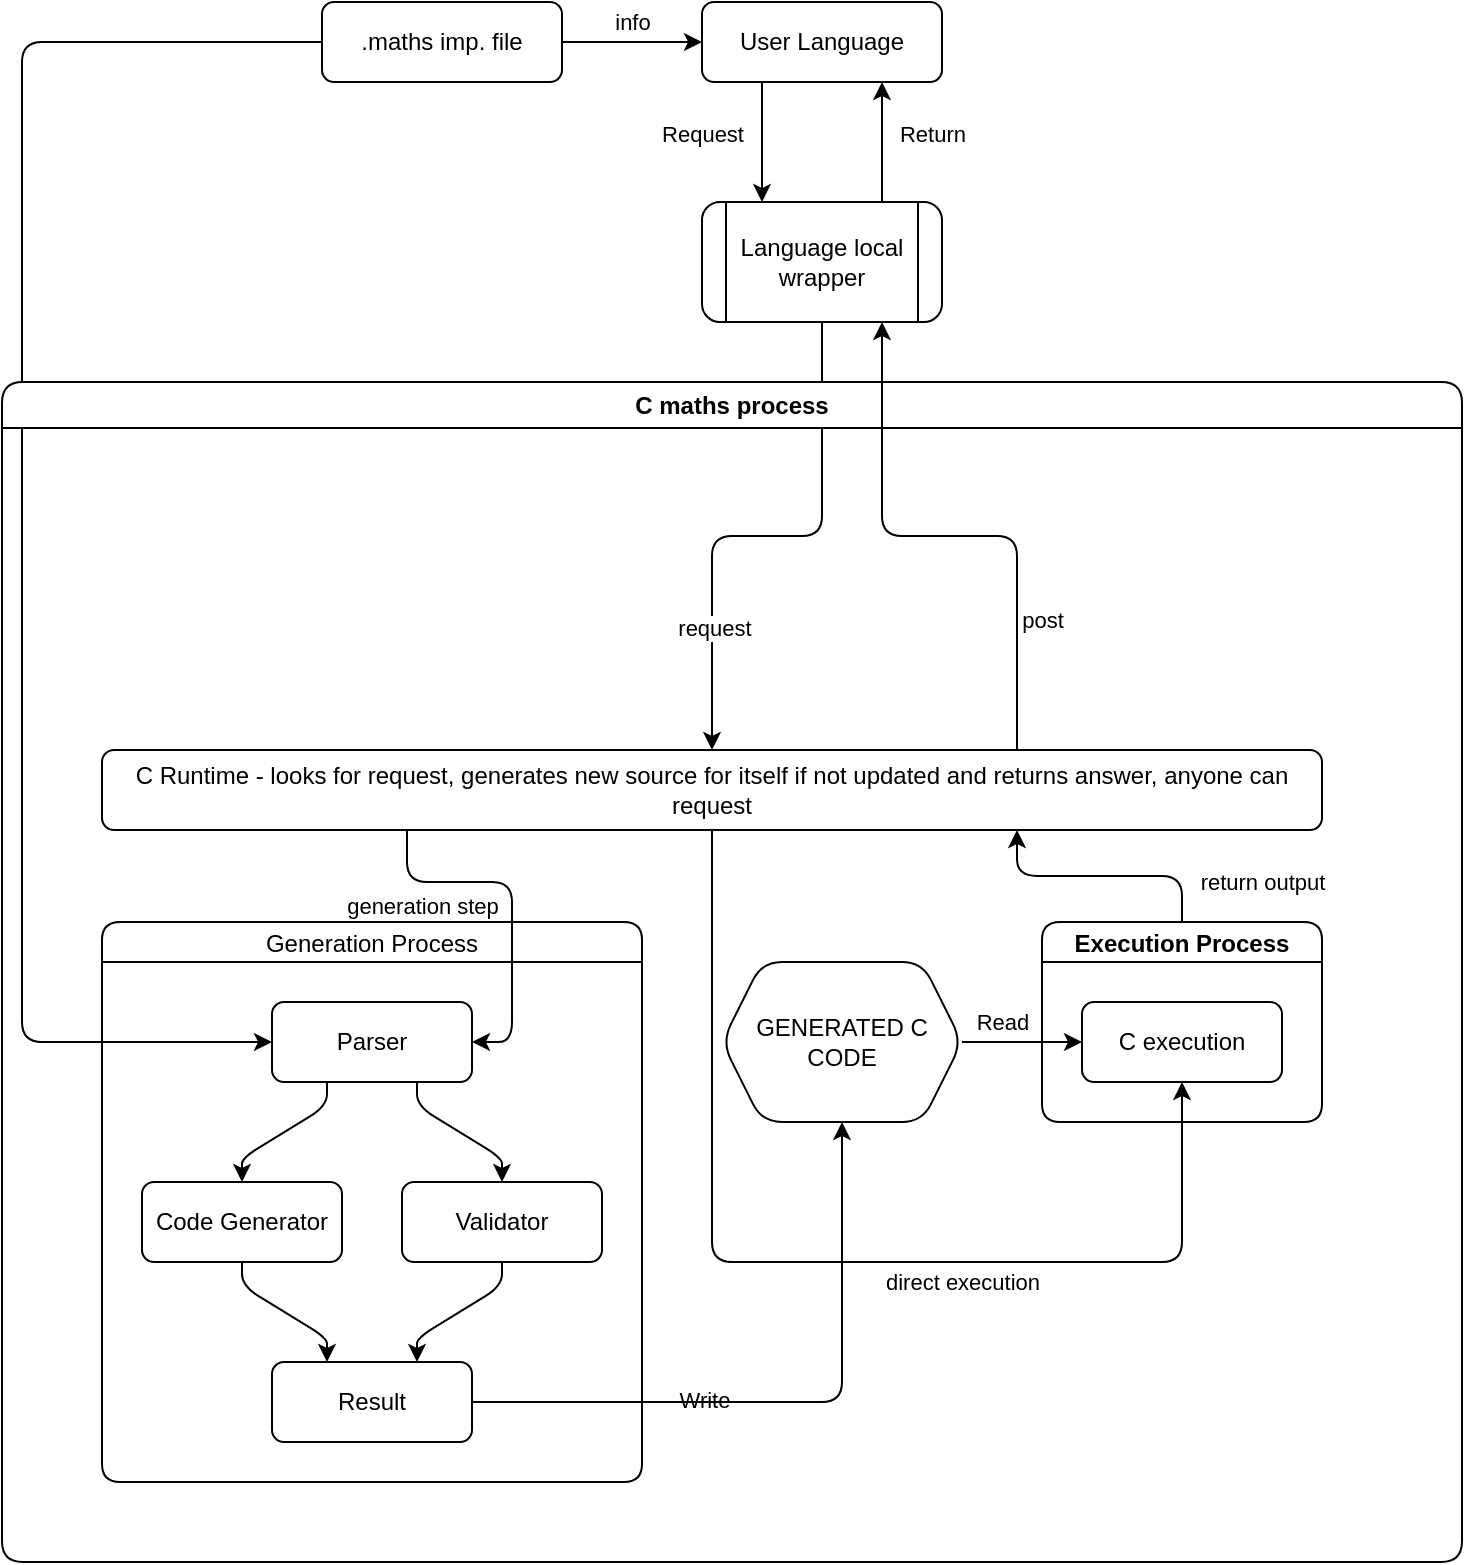
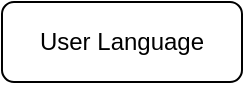
<mxfile host="Electron">
  <diagram name="Page-1" id="psxUy0d_adHFMmyrAewy">
    <mxGraphModel dx="1412" dy="997" grid="1" gridSize="10" guides="1" tooltips="1" connect="1" arrows="1" fold="1" page="1" pageScale="1" pageWidth="1169" pageHeight="827" background="none" math="0" shadow="0" adaptiveColors="auto">
      <root>
        <mxCell id="0" />
        <mxCell id="1" parent="0" />
        <mxCell id="f3RW_dcl9wstU-gMcRCD-15" edge="1" parent="1" source="f3RW_dcl9wstU-gMcRCD-13" style="edgeStyle=orthogonalEdgeStyle;rounded=1;orthogonalLoop=1;jettySize=auto;html=1;exitX=0.25;exitY=1;exitDx=0;exitDy=0;entryX=0.25;entryY=0;entryDx=0;entryDy=0;labelBackgroundColor=none;fontColor=default;" target="f3RW_dcl9wstU-gMcRCD-14">
          <mxGeometry relative="1" as="geometry" />
        </mxCell>
        <mxCell id="f3RW_dcl9wstU-gMcRCD-17" connectable="0" parent="f3RW_dcl9wstU-gMcRCD-15" style="edgeLabel;html=1;align=center;verticalAlign=middle;resizable=0;points=[];labelBackgroundColor=none;rounded=1;" value="Request" vertex="1">
          <mxGeometry relative="1" x="-0.1533" as="geometry">
            <mxPoint x="-30" as="offset" />
          </mxGeometry>
        </mxCell>
        <mxCell id="f3RW_dcl9wstU-gMcRCD-13" parent="1" style="rounded=1;whiteSpace=wrap;html=1;labelBackgroundColor=none;" value="User Language" vertex="1">
          <mxGeometry height="40" width="120" x="560" y="40" as="geometry" />
        </mxCell>
        <mxCell id="f3RW_dcl9wstU-gMcRCD-16" edge="1" parent="1" source="f3RW_dcl9wstU-gMcRCD-14" style="edgeStyle=orthogonalEdgeStyle;rounded=1;orthogonalLoop=1;jettySize=auto;html=1;exitX=0.75;exitY=0;exitDx=0;exitDy=0;entryX=0.75;entryY=1;entryDx=0;entryDy=0;labelBackgroundColor=none;fontColor=default;" target="f3RW_dcl9wstU-gMcRCD-13">
          <mxGeometry relative="1" as="geometry" />
        </mxCell>
        <mxCell id="f3RW_dcl9wstU-gMcRCD-18" connectable="0" parent="f3RW_dcl9wstU-gMcRCD-16" style="edgeLabel;html=1;align=center;verticalAlign=middle;resizable=0;points=[];labelBackgroundColor=none;rounded=1;" value="Return" vertex="1">
          <mxGeometry relative="1" x="0.1267" as="geometry">
            <mxPoint x="25" as="offset" />
          </mxGeometry>
        </mxCell>
+ <<<<<<< HEAD
        <mxCell id="f3RW_dcl9wstU-gMcRCD-92" edge="1" parent="1" source="f3RW_dcl9wstU-gMcRCD-14" style="edgeStyle=orthogonalEdgeStyle;rounded=1;orthogonalLoop=1;jettySize=auto;html=1;entryX=0.5;entryY=0;entryDx=0;entryDy=0;curved=0;" target="f3RW_dcl9wstU-gMcRCD-88">
          <mxGeometry relative="1" as="geometry" />
        </mxCell>
        <mxCell id="f3RW_dcl9wstU-gMcRCD-98" connectable="0" parent="f3RW_dcl9wstU-gMcRCD-92" style="edgeLabel;html=1;align=center;verticalAlign=middle;resizable=0;points=[];" value="request" vertex="1">
          <mxGeometry relative="1" x="0.5455" y="1" as="geometry">
            <mxPoint as="offset" />
+ =======
+         <mxCell id="f3RW_dcl9wstU-gMcRCD-104" edge="1" parent="1" source="f3RW_dcl9wstU-gMcRCD-14" style="edgeStyle=orthogonalEdgeStyle;rounded=1;orthogonalLoop=1;jettySize=auto;html=1;exitX=0.25;exitY=1;exitDx=0;exitDy=0;entryX=0.5;entryY=0;entryDx=0;entryDy=0;curved=0;" target="f3RW_dcl9wstU-gMcRCD-100">
+           <mxGeometry relative="1" as="geometry">
+             <Array as="points">
+               <mxPoint x="590" y="220" />
+               <mxPoint x="555" y="220" />
+             </Array>
+ >>>>>>> 6be4e7c (creating listener)
          </mxGeometry>
        </mxCell>
        <mxCell id="f3RW_dcl9wstU-gMcRCD-14" parent="1" style="shape=process;whiteSpace=wrap;html=1;backgroundOutline=1;labelBackgroundColor=none;rounded=1;" value="Language local wrapper" vertex="1">
          <mxGeometry height="60" width="120" x="560" y="140" as="geometry" />
        </mxCell>
        <mxCell id="f3RW_dcl9wstU-gMcRCD-26" parent="1" style="swimlane;startSize=20;horizontal=1;childLayout=flowLayout;flowOrientation=north;resizable=0;interRankCellSpacing=50;containerType=tree;fontSize=12;fontStyle=0;labelBackgroundColor=none;rounded=1;" value="Generation Process" vertex="1">
          <mxGeometry height="280" width="270" x="260" y="500" as="geometry" />
        </mxCell>
        <mxCell id="f3RW_dcl9wstU-gMcRCD-27" parent="f3RW_dcl9wstU-gMcRCD-26" style="whiteSpace=wrap;html=1;labelBackgroundColor=none;rounded=1;" value="Parser" vertex="1">
          <mxGeometry height="40" width="100" x="85" y="40" as="geometry" />
        </mxCell>
        <mxCell id="f3RW_dcl9wstU-gMcRCD-28" parent="f3RW_dcl9wstU-gMcRCD-26" style="whiteSpace=wrap;html=1;labelBackgroundColor=none;rounded=1;" value="Code Generator" vertex="1">
          <mxGeometry height="40" width="100" x="20" y="130" as="geometry" />
        </mxCell>
        <mxCell id="f3RW_dcl9wstU-gMcRCD-29" edge="1" parent="f3RW_dcl9wstU-gMcRCD-26" source="f3RW_dcl9wstU-gMcRCD-27" style="html=1;rounded=1;curved=0;sourcePerimeterSpacing=0;targetPerimeterSpacing=0;startSize=6;endSize=6;noEdgeStyle=1;orthogonal=1;labelBackgroundColor=none;fontColor=default;" target="f3RW_dcl9wstU-gMcRCD-28" value="">
          <mxGeometry relative="1" as="geometry">
            <Array as="points">
              <mxPoint x="112.5" y="92" />
              <mxPoint x="70" y="118" />
            </Array>
          </mxGeometry>
        </mxCell>
        <mxCell id="f3RW_dcl9wstU-gMcRCD-30" parent="f3RW_dcl9wstU-gMcRCD-26" style="whiteSpace=wrap;html=1;labelBackgroundColor=none;rounded=1;" value="Validator" vertex="1">
          <mxGeometry height="40" width="100" x="150" y="130" as="geometry" />
        </mxCell>
        <mxCell id="f3RW_dcl9wstU-gMcRCD-31" edge="1" parent="f3RW_dcl9wstU-gMcRCD-26" source="f3RW_dcl9wstU-gMcRCD-27" style="html=1;rounded=1;curved=0;sourcePerimeterSpacing=0;targetPerimeterSpacing=0;startSize=6;endSize=6;noEdgeStyle=1;orthogonal=1;labelBackgroundColor=none;fontColor=default;" target="f3RW_dcl9wstU-gMcRCD-30" value="">
          <mxGeometry relative="1" as="geometry">
            <Array as="points">
              <mxPoint x="157.5" y="92" />
              <mxPoint x="200" y="118" />
            </Array>
          </mxGeometry>
        </mxCell>
        <mxCell id="f3RW_dcl9wstU-gMcRCD-32" parent="f3RW_dcl9wstU-gMcRCD-26" style="whiteSpace=wrap;html=1;labelBackgroundColor=none;rounded=1;" value="Result" vertex="1">
          <mxGeometry height="40" width="100" x="85" y="220" as="geometry" />
        </mxCell>
        <mxCell id="f3RW_dcl9wstU-gMcRCD-33" edge="1" parent="f3RW_dcl9wstU-gMcRCD-26" source="f3RW_dcl9wstU-gMcRCD-28" style="html=1;rounded=1;curved=0;sourcePerimeterSpacing=0;targetPerimeterSpacing=0;startSize=6;endSize=6;noEdgeStyle=1;orthogonal=1;labelBackgroundColor=none;fontColor=default;" target="f3RW_dcl9wstU-gMcRCD-32" value="">
          <mxGeometry relative="1" as="geometry">
            <Array as="points">
              <mxPoint x="70" y="182" />
              <mxPoint x="112.5" y="208" />
            </Array>
          </mxGeometry>
        </mxCell>
        <mxCell id="f3RW_dcl9wstU-gMcRCD-34" edge="1" parent="f3RW_dcl9wstU-gMcRCD-26" source="f3RW_dcl9wstU-gMcRCD-30" style="html=1;rounded=1;curved=0;sourcePerimeterSpacing=0;targetPerimeterSpacing=0;startSize=6;endSize=6;noEdgeStyle=1;orthogonal=1;labelBackgroundColor=none;fontColor=default;" target="f3RW_dcl9wstU-gMcRCD-32" value="">
          <mxGeometry relative="1" as="geometry">
            <Array as="points">
              <mxPoint x="200" y="182" />
              <mxPoint x="157.5" y="208" />
            </Array>
          </mxGeometry>
        </mxCell>
        <mxCell id="f3RW_dcl9wstU-gMcRCD-39" edge="1" parent="1" source="f3RW_dcl9wstU-gMcRCD-38" style="edgeStyle=orthogonalEdgeStyle;rounded=1;orthogonalLoop=1;jettySize=auto;html=1;entryX=0;entryY=0.5;entryDx=0;entryDy=0;labelBackgroundColor=none;fontColor=default;" target="f3RW_dcl9wstU-gMcRCD-13">
          <mxGeometry relative="1" as="geometry" />
        </mxCell>
        <mxCell id="f3RW_dcl9wstU-gMcRCD-40" connectable="0" parent="f3RW_dcl9wstU-gMcRCD-39" style="edgeLabel;html=1;align=center;verticalAlign=middle;resizable=0;points=[];labelBackgroundColor=none;rounded=1;" value="info" vertex="1">
          <mxGeometry relative="1" x="0.0019" y="1" as="geometry">
            <mxPoint y="-9" as="offset" />
          </mxGeometry>
        </mxCell>
        <mxCell id="f3RW_dcl9wstU-gMcRCD-41" edge="1" parent="1" source="f3RW_dcl9wstU-gMcRCD-38" style="edgeStyle=orthogonalEdgeStyle;rounded=1;orthogonalLoop=1;jettySize=auto;html=1;entryX=0;entryY=0.5;entryDx=0;entryDy=0;labelBackgroundColor=none;fontColor=default;" target="f3RW_dcl9wstU-gMcRCD-27">
          <mxGeometry relative="1" as="geometry">
            <Array as="points">
              <mxPoint x="220" y="60" />
              <mxPoint x="220" y="560" />
            </Array>
            <mxPoint x="340" y="290" as="targetPoint" />
          </mxGeometry>
        </mxCell>
        <mxCell id="f3RW_dcl9wstU-gMcRCD-38" parent="1" style="rounded=1;whiteSpace=wrap;html=1;labelBackgroundColor=none;" value=".maths imp. file" vertex="1">
          <mxGeometry height="40" width="120" x="370" y="40" as="geometry" />
        </mxCell>
        <mxCell id="f3RW_dcl9wstU-gMcRCD-55" edge="1" parent="1" source="f3RW_dcl9wstU-gMcRCD-42" style="edgeStyle=orthogonalEdgeStyle;rounded=1;orthogonalLoop=1;jettySize=auto;html=1;entryX=0;entryY=0.5;entryDx=0;entryDy=0;labelBackgroundColor=none;fontColor=default;" target="f3RW_dcl9wstU-gMcRCD-46">
          <mxGeometry relative="1" as="geometry" />
        </mxCell>
        <mxCell id="f3RW_dcl9wstU-gMcRCD-56" connectable="0" parent="f3RW_dcl9wstU-gMcRCD-55" style="edgeLabel;html=1;align=center;verticalAlign=middle;resizable=0;points=[];labelBackgroundColor=none;rounded=1;" value="Read" vertex="1">
          <mxGeometry relative="1" x="-0.472" y="2" as="geometry">
            <mxPoint x="4" y="-8" as="offset" />
          </mxGeometry>
        </mxCell>
        <mxCell id="f3RW_dcl9wstU-gMcRCD-42" parent="1" style="shape=hexagon;perimeter=hexagonPerimeter2;whiteSpace=wrap;html=1;fixedSize=1;labelBackgroundColor=none;rounded=1;" value="GENERATED C CODE" vertex="1">
          <mxGeometry height="80" width="120" x="570" y="520" as="geometry" />
        </mxCell>
        <mxCell id="f3RW_dcl9wstU-gMcRCD-43" edge="1" parent="1" source="f3RW_dcl9wstU-gMcRCD-32" style="edgeStyle=orthogonalEdgeStyle;rounded=1;orthogonalLoop=1;jettySize=auto;html=1;labelBackgroundColor=none;fontColor=default;" target="f3RW_dcl9wstU-gMcRCD-42">
          <mxGeometry relative="1" as="geometry" />
        </mxCell>
        <mxCell id="f3RW_dcl9wstU-gMcRCD-44" connectable="0" parent="f3RW_dcl9wstU-gMcRCD-43" style="edgeLabel;html=1;align=center;verticalAlign=middle;resizable=0;points=[];labelBackgroundColor=none;rounded=1;" value="Write" vertex="1">
          <mxGeometry relative="1" x="-0.2882" y="1" as="geometry">
            <mxPoint as="offset" />
          </mxGeometry>
        </mxCell>
        <mxCell id="f3RW_dcl9wstU-gMcRCD-89" edge="1" parent="1" source="f3RW_dcl9wstU-gMcRCD-45" style="edgeStyle=orthogonalEdgeStyle;rounded=1;orthogonalLoop=1;jettySize=auto;html=1;entryX=0.75;entryY=1;entryDx=0;entryDy=0;curved=0;" target="f3RW_dcl9wstU-gMcRCD-88">
          <mxGeometry relative="1" as="geometry" />
        </mxCell>
        <mxCell id="f3RW_dcl9wstU-gMcRCD-97" connectable="0" parent="f3RW_dcl9wstU-gMcRCD-89" style="edgeLabel;html=1;align=center;verticalAlign=middle;resizable=0;points=[];" value="return output" vertex="1">
          <mxGeometry relative="1" x="-0.5896" y="2" as="geometry">
            <mxPoint x="43" y="1" as="offset" />
          </mxGeometry>
        </mxCell>
        <mxCell id="f3RW_dcl9wstU-gMcRCD-45" parent="1" style="swimlane;startSize=20;horizontal=1;childLayout=flowLayout;flowOrientation=north;resizable=0;interRankCellSpacing=50;containerType=tree;fontSize=12;labelBackgroundColor=none;rounded=1;" value="Execution Process" vertex="1">
          <mxGeometry height="100" width="140" x="730" y="500" as="geometry" />
        </mxCell>
        <mxCell id="f3RW_dcl9wstU-gMcRCD-46" parent="f3RW_dcl9wstU-gMcRCD-45" style="whiteSpace=wrap;html=1;labelBackgroundColor=none;rounded=1;" value="C execution" vertex="1">
          <mxGeometry height="40" width="100" x="20" y="40" as="geometry" />
        </mxCell>
        <mxCell id="f3RW_dcl9wstU-gMcRCD-69" parent="1" style="swimlane;whiteSpace=wrap;html=1;labelBackgroundColor=none;rounded=1;" value="C maths process" vertex="1">
          <mxGeometry height="590" width="730" x="210" y="230" as="geometry" />
        </mxCell>
        <mxCell id="f3RW_dcl9wstU-gMcRCD-88" parent="f3RW_dcl9wstU-gMcRCD-69" style="rounded=1;whiteSpace=wrap;html=1;labelBackgroundColor=none;" value="C Runtime - looks for request, generates new source for itself if not updated and returns answer, anyone can request" vertex="1">
+ <<<<<<< HEAD
          <mxGeometry height="40" width="610" x="50" y="184" as="geometry" />
+ =======
+           <mxGeometry height="40" width="610" x="40" y="110" as="geometry" />
+         </mxCell>
+         <mxCell id="f3RW_dcl9wstU-gMcRCD-103" edge="1" parent="f3RW_dcl9wstU-gMcRCD-69" source="f3RW_dcl9wstU-gMcRCD-100" style="edgeStyle=orthogonalEdgeStyle;rounded=0;orthogonalLoop=1;jettySize=auto;html=1;entryX=0.5;entryY=0;entryDx=0;entryDy=0;" target="f3RW_dcl9wstU-gMcRCD-88">
+           <mxGeometry relative="1" as="geometry" />
+         </mxCell>
+         <mxCell id="f3RW_dcl9wstU-gMcRCD-100" parent="f3RW_dcl9wstU-gMcRCD-69" style="rounded=1;whiteSpace=wrap;html=1;" value="Queue" vertex="1">
+           <mxGeometry height="30" width="200" x="245" y="50" as="geometry" />
+ >>>>>>> 6be4e7c (creating listener)
        </mxCell>
        <mxCell id="f3RW_dcl9wstU-gMcRCD-91" edge="1" parent="1" source="f3RW_dcl9wstU-gMcRCD-88" style="edgeStyle=orthogonalEdgeStyle;rounded=1;orthogonalLoop=1;jettySize=auto;html=1;exitX=0.25;exitY=1;exitDx=0;exitDy=0;entryX=1;entryY=0.5;entryDx=0;entryDy=0;curved=0;" target="f3RW_dcl9wstU-gMcRCD-27">
          <mxGeometry relative="1" as="geometry">
            <Array as="points">
+ <<<<<<< HEAD
              <mxPoint x="413" y="480" />
+ =======
+               <mxPoint x="402" y="480" />
+ >>>>>>> 6be4e7c (creating listener)
              <mxPoint x="465" y="480" />
              <mxPoint x="465" y="560" />
            </Array>
          </mxGeometry>
        </mxCell>
        <mxCell id="f3RW_dcl9wstU-gMcRCD-96" connectable="0" parent="f3RW_dcl9wstU-gMcRCD-91" style="edgeLabel;html=1;align=center;verticalAlign=middle;resizable=0;points=[];" value="generation step" vertex="1">
          <mxGeometry relative="1" x="0.0103" y="3" as="geometry">
            <mxPoint x="-48" as="offset" />
          </mxGeometry>
        </mxCell>
        <mxCell id="f3RW_dcl9wstU-gMcRCD-93" edge="1" parent="1" source="f3RW_dcl9wstU-gMcRCD-88" style="edgeStyle=orthogonalEdgeStyle;rounded=1;orthogonalLoop=1;jettySize=auto;html=1;exitX=0.75;exitY=0;exitDx=0;exitDy=0;entryX=0.75;entryY=1;entryDx=0;entryDy=0;curved=0;" target="f3RW_dcl9wstU-gMcRCD-14">
          <mxGeometry relative="1" as="geometry">
            <mxPoint x="650" y="210" as="targetPoint" />
          </mxGeometry>
        </mxCell>
        <mxCell id="f3RW_dcl9wstU-gMcRCD-99" connectable="0" parent="f3RW_dcl9wstU-gMcRCD-93" style="edgeLabel;html=1;align=center;verticalAlign=middle;resizable=0;points=[];" value="post" vertex="1">
          <mxGeometry relative="1" x="-0.5371" y="-1" as="geometry">
            <mxPoint x="11" as="offset" />
          </mxGeometry>
        </mxCell>
        <mxCell id="f3RW_dcl9wstU-gMcRCD-94" edge="1" parent="1" source="f3RW_dcl9wstU-gMcRCD-88" style="edgeStyle=orthogonalEdgeStyle;rounded=1;orthogonalLoop=1;jettySize=auto;html=1;entryX=0.5;entryY=1;entryDx=0;entryDy=0;curved=0;" target="f3RW_dcl9wstU-gMcRCD-46">
          <mxGeometry relative="1" as="geometry">
            <Array as="points">
              <mxPoint x="565" y="670" />
              <mxPoint x="800" y="670" />
            </Array>
          </mxGeometry>
        </mxCell>
        <mxCell id="f3RW_dcl9wstU-gMcRCD-95" connectable="0" parent="f3RW_dcl9wstU-gMcRCD-94" style="edgeLabel;html=1;align=center;verticalAlign=middle;resizable=0;points=[];" value="direct execution" vertex="1">
          <mxGeometry relative="1" x="0.2083" y="-1" as="geometry">
            <mxPoint x="14" y="9" as="offset" />
          </mxGeometry>
        </mxCell>
      </root>
    </mxGraphModel>
  </diagram>
</mxfile>
